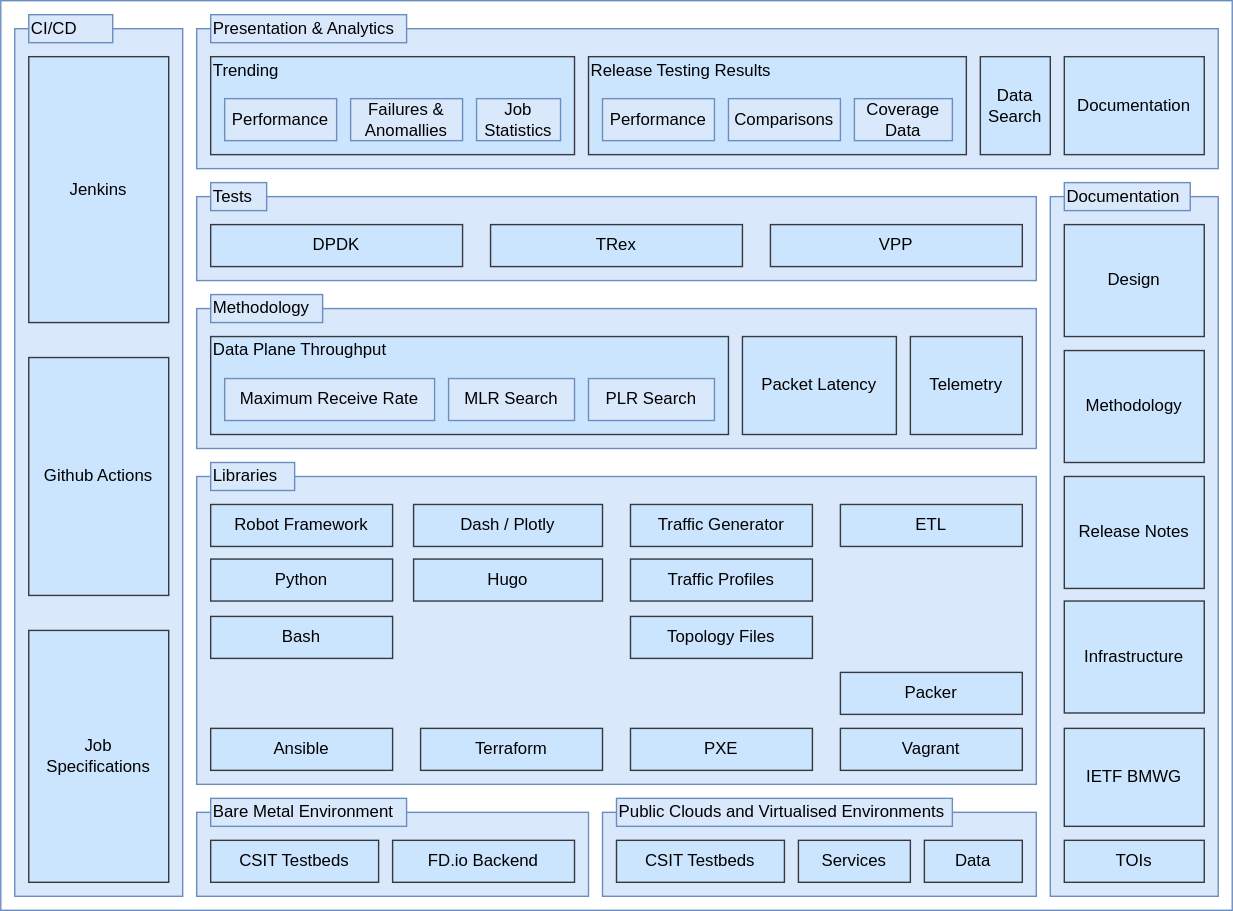
This is docs/static/csit_design_picture.svg from FDio/csit, a draw.io export, as it was before one commit. Source tidied: cells renumbered, new cells last; positions are measured from the earlier drawing's top-left corner, leaving out a move shared by most shapes.
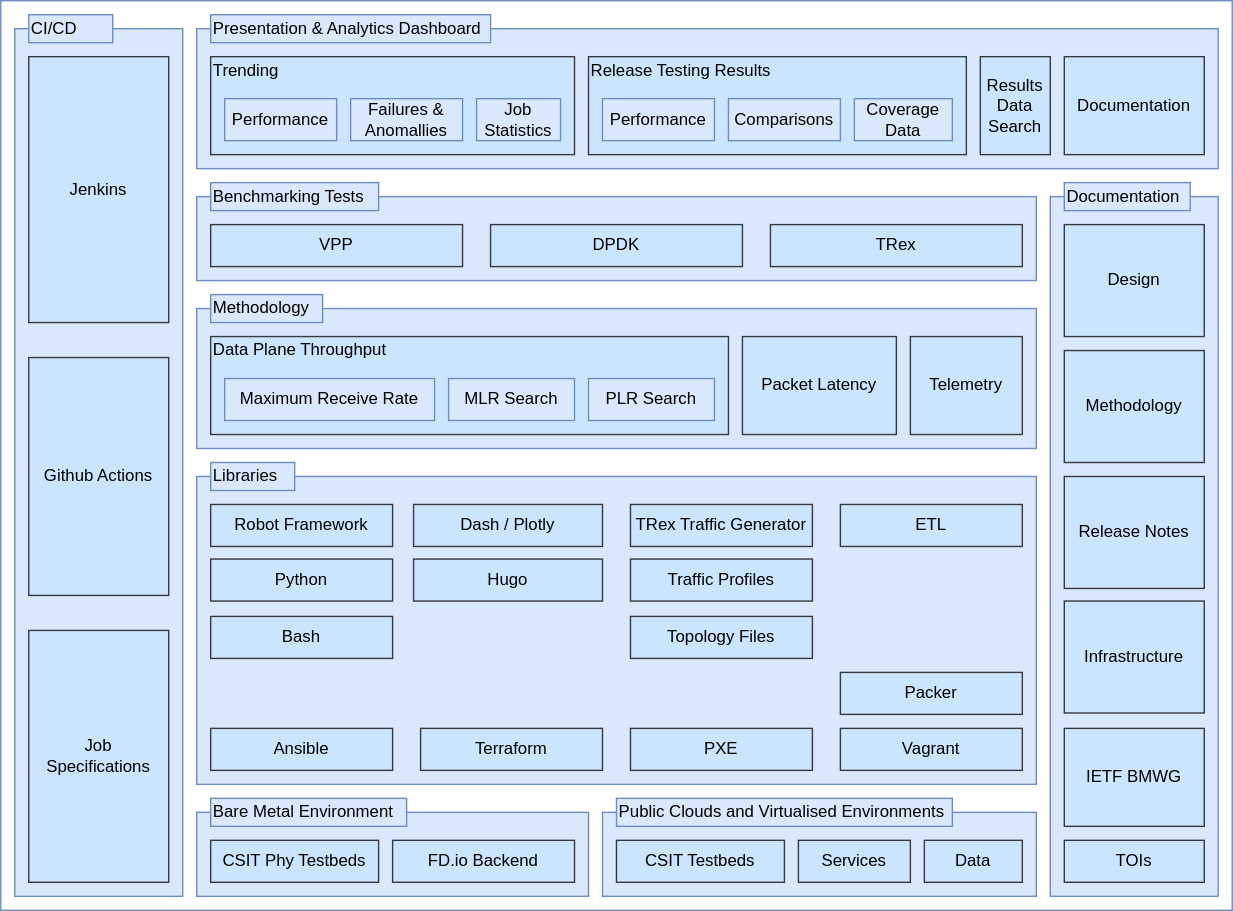
The same file after the commit.

Commit message:
C-Docs: CSIT Design - description

Diff of the diagram source:
```diff
@@ -26,10 +26,10 @@
     <mxCell id="9" value="Methodology" style="text;html=1;strokeColor=#6c8ebf;fillColor=#dae8fc;align=left;verticalAlign=middle;whiteSpace=wrap;rounded=0;" parent="1" vertex="1">
       <mxGeometry x="150" y="210" width="80" height="20" as="geometry" />
     </mxCell>
-    <mxCell id="10" value="Presentation &amp;amp; Analytics" style="text;html=1;strokeColor=#6c8ebf;fillColor=#dae8fc;align=left;verticalAlign=middle;whiteSpace=wrap;rounded=0;" parent="1" vertex="1">
-      <mxGeometry x="150" y="10" width="140" height="20" as="geometry" />
+    <mxCell id="10" value="Presentation &amp;amp; Analytics Dashboard" style="text;html=1;strokeColor=#6c8ebf;fillColor=#dae8fc;align=left;verticalAlign=middle;whiteSpace=wrap;rounded=0;" parent="1" vertex="1">
+      <mxGeometry x="150" y="10" width="200" height="20" as="geometry" />
     </mxCell>
-    <mxCell id="11" value="CSIT Testbeds" style="text;html=1;strokeColor=#36393d;fillColor=#cce5ff;align=center;verticalAlign=middle;whiteSpace=wrap;rounded=0;" parent="1" vertex="1">
+    <mxCell id="11" value="CSIT Phy Testbeds" style="text;html=1;strokeColor=#36393d;fillColor=#cce5ff;align=center;verticalAlign=middle;whiteSpace=wrap;rounded=0;" parent="1" vertex="1">
       <mxGeometry x="150" y="600" width="120" height="30" as="geometry" />
     </mxCell>
     <mxCell id="12" style="rounded=0;whiteSpace=wrap;html=1;fillColor=#dae8fc;strokeColor=#6c8ebf;" parent="1" vertex="1">
@@ -95,7 +95,7 @@
     <mxCell id="32" value="Documentation" style="text;html=1;strokeColor=#36393d;fillColor=#cce5ff;align=center;verticalAlign=middle;whiteSpace=wrap;rounded=0;" parent="1" vertex="1">
       <mxGeometry x="760" y="40" width="100" height="70" as="geometry" />
     </mxCell>
-    <mxCell id="33" value="Data&lt;div&gt;Search&lt;/div&gt;" style="text;html=1;strokeColor=#36393d;fillColor=#cce5ff;align=center;verticalAlign=middle;whiteSpace=wrap;rounded=0;" parent="1" vertex="1">
+    <mxCell id="33" value="Results&lt;div&gt;Data&lt;div&gt;Search&lt;/div&gt;&lt;/div&gt;" style="text;html=1;strokeColor=#36393d;fillColor=#cce5ff;align=center;verticalAlign=middle;whiteSpace=wrap;rounded=0;" parent="1" vertex="1">
       <mxGeometry x="700" y="40" width="50" height="70" as="geometry" />
     </mxCell>
     <mxCell id="34" style="rounded=0;whiteSpace=wrap;html=1;fillColor=#cce5ff;strokeColor=#36393d;" parent="1" vertex="1">
@@ -161,7 +161,7 @@
     <mxCell id="54" value="Bash" style="text;html=1;strokeColor=#36393d;fillColor=#cce5ff;align=center;verticalAlign=middle;whiteSpace=wrap;rounded=0;" parent="1" vertex="1">
       <mxGeometry x="150" y="440" width="130" height="30" as="geometry" />
     </mxCell>
-    <mxCell id="55" value="Traffic Generator" style="text;html=1;strokeColor=#36393d;fillColor=#cce5ff;align=center;verticalAlign=middle;whiteSpace=wrap;rounded=0;" parent="1" vertex="1">
+    <mxCell id="55" value="TRex Traffic Generator" style="text;html=1;strokeColor=#36393d;fillColor=#cce5ff;align=center;verticalAlign=middle;whiteSpace=wrap;rounded=0;" parent="1" vertex="1">
       <mxGeometry x="450" y="360" width="130" height="30" as="geometry" />
     </mxCell>
     <mxCell id="56" value="Traffic Profiles" style="text;html=1;strokeColor=#36393d;fillColor=#cce5ff;align=center;verticalAlign=middle;whiteSpace=wrap;rounded=0;" parent="1" vertex="1">
@@ -185,16 +185,16 @@
     <mxCell id="62" style="rounded=0;whiteSpace=wrap;html=1;fillColor=#dae8fc;strokeColor=#6c8ebf;" parent="1" vertex="1">
       <mxGeometry x="140" y="140" width="600" height="60" as="geometry" />
     </mxCell>
-    <mxCell id="63" value="Tests" style="text;html=1;strokeColor=#6c8ebf;fillColor=#dae8fc;align=left;verticalAlign=middle;whiteSpace=wrap;rounded=0;" parent="1" vertex="1">
-      <mxGeometry x="150" y="130" width="40" height="20" as="geometry" />
+    <mxCell id="63" value="Benchmarking Tests" style="text;html=1;strokeColor=#6c8ebf;fillColor=#dae8fc;align=left;verticalAlign=middle;whiteSpace=wrap;rounded=0;" parent="1" vertex="1">
+      <mxGeometry x="150" y="130" width="120" height="20" as="geometry" />
     </mxCell>
-    <mxCell id="64" value="DPDK" style="text;html=1;strokeColor=#36393d;fillColor=#cce5ff;align=center;verticalAlign=middle;whiteSpace=wrap;rounded=0;" parent="1" vertex="1">
+    <mxCell id="64" value="VPP" style="text;html=1;strokeColor=#36393d;fillColor=#cce5ff;align=center;verticalAlign=middle;whiteSpace=wrap;rounded=0;" parent="1" vertex="1">
       <mxGeometry x="150" y="160" width="180" height="30" as="geometry" />
     </mxCell>
-    <mxCell id="65" value="TRex" style="text;html=1;strokeColor=#36393d;fillColor=#cce5ff;align=center;verticalAlign=middle;whiteSpace=wrap;rounded=0;" parent="1" vertex="1">
+    <mxCell id="65" value="DPDK" style="text;html=1;strokeColor=#36393d;fillColor=#cce5ff;align=center;verticalAlign=middle;whiteSpace=wrap;rounded=0;" parent="1" vertex="1">
       <mxGeometry x="350" y="160" width="180" height="30" as="geometry" />
     </mxCell>
-    <mxCell id="66" value="VPP" style="text;html=1;strokeColor=#36393d;fillColor=#cce5ff;align=center;verticalAlign=middle;whiteSpace=wrap;rounded=0;" parent="1" vertex="1">
+    <mxCell id="66" value="TRex" style="text;html=1;strokeColor=#36393d;fillColor=#cce5ff;align=center;verticalAlign=middle;whiteSpace=wrap;rounded=0;" parent="1" vertex="1">
       <mxGeometry x="550" y="160" width="180" height="30" as="geometry" />
     </mxCell>
     <mxCell id="67" value="Methodology" style="text;html=1;strokeColor=#36393d;fillColor=#cce5ff;align=center;verticalAlign=middle;whiteSpace=wrap;rounded=0;" parent="1" vertex="1">
```
